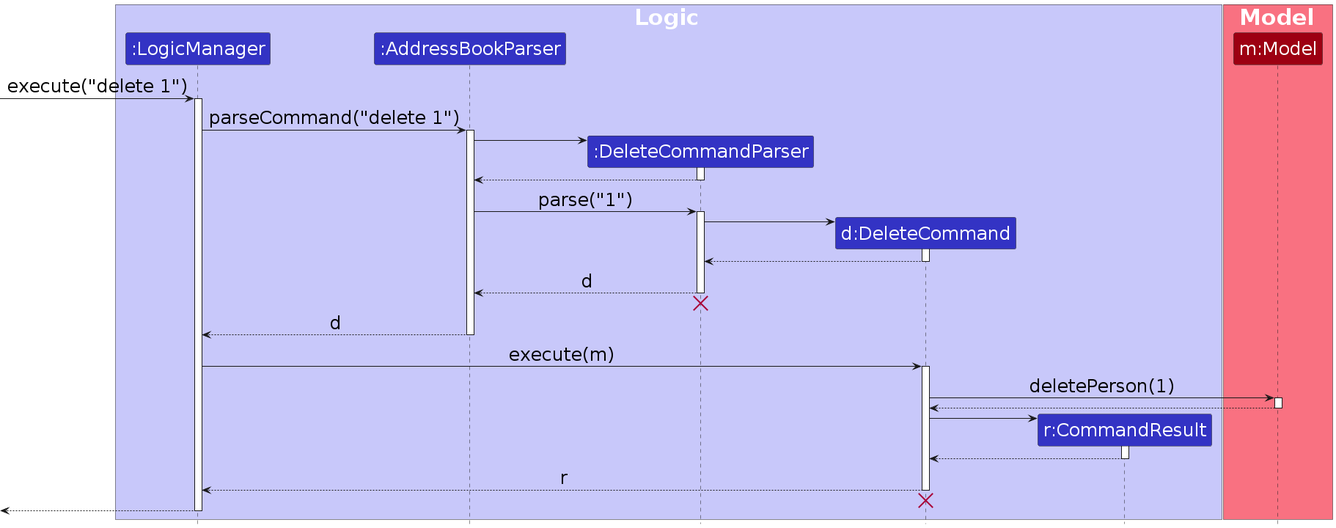
Above: diagrams/DeleteSequenceDiagram.png in Ko-Khan/tp (PlantUML), before the change. Its source is kept beside it as diagrams/DeleteSequenceDiagram.puml.
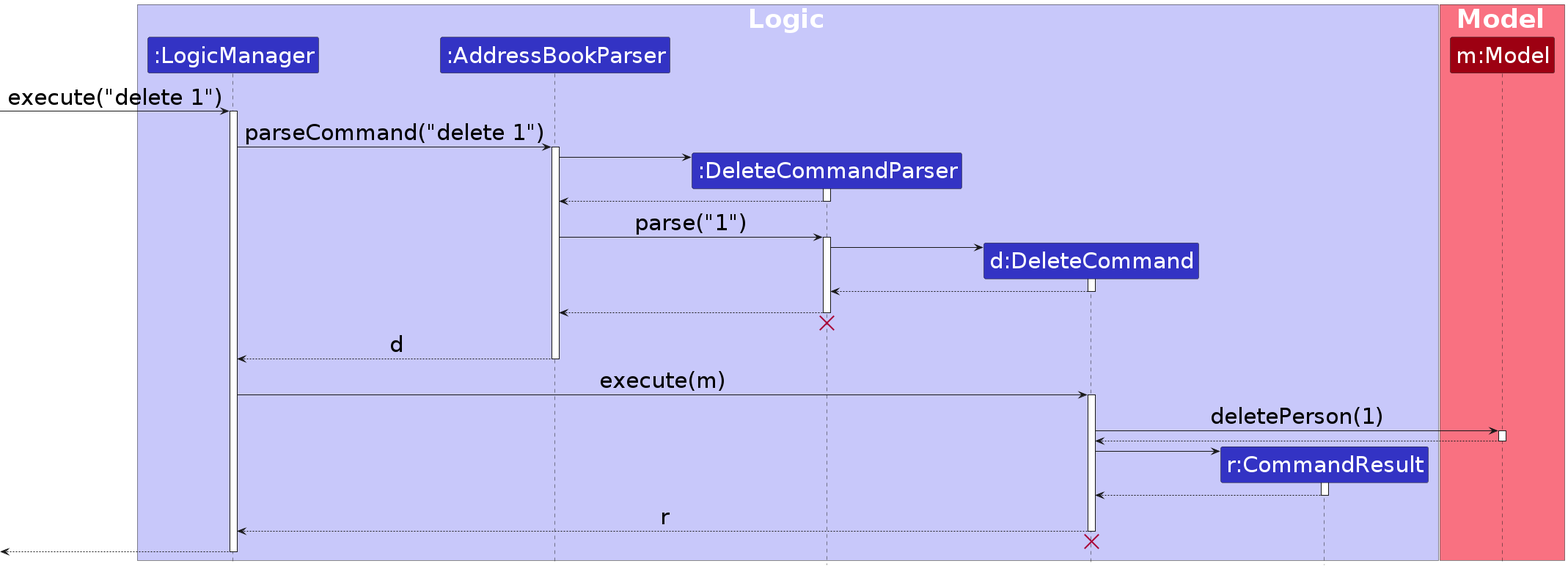
After the commit.

Change to the diagram source:
```diff
@@ -2,7 +2,8 @@
 !include style2.puml
 skinparam ArrowFontStyle plain
 
-box <size:30>Logic</size> LOGIC_COLOR_T1
+
+box <size:35>Logic</size> LOGIC_COLOR_T1
 participant ":LogicManager" as LogicManager LOGIC_COLOR
 participant ":AddressBookParser" as AddressBookParser LOGIC_COLOR
 participant ":DeleteCommandParser" as DeleteCommandParser LOGIC_COLOR
@@ -10,14 +11,14 @@
 participant "r:CommandResult" as CommandResult LOGIC_COLOR
 end box
 
-box <size:30>Model</size> MODEL_COLOR_T1
+box <size:35>Model</size> MODEL_COLOR_T1
 participant "m:Model" as Model MODEL_COLOR
 end box
 
-[-> LogicManager : <size:25>execute("delete 1")</size>
+[-> LogicManager : <size:30>execute("delete 1")</size>
 activate LogicManager
 
-LogicManager -> AddressBookParser : <size:25>parseCommand("delete 1")</size>
+LogicManager -> AddressBookParser : <size:30>parseCommand("delete 1")</size>
 activate AddressBookParser
 
 create DeleteCommandParser
@@ -27,7 +28,7 @@
 DeleteCommandParser --> AddressBookParser
 deactivate DeleteCommandParser
 
-AddressBookParser -> DeleteCommandParser : <size:25>parse("1")</size>
+AddressBookParser -> DeleteCommandParser : <size:30>parse("1")</size>
 activate DeleteCommandParser
 
 create DeleteCommand
@@ -37,18 +38,18 @@
 DeleteCommand --> DeleteCommandParser
 deactivate DeleteCommand
 
-DeleteCommandParser --> AddressBookParser : <size:25>d</size>
+DeleteCommandParser --> AddressBookParser : <size:30></size>
 deactivate DeleteCommandParser
 DeleteCommandParser -[hidden]-> AddressBookParser
 destroy DeleteCommandParser
 
-AddressBookParser --> LogicManager : <size:25>d</size>
+AddressBookParser --> LogicManager : <size:30>d</size>
 deactivate AddressBookParser
 
-LogicManager -> DeleteCommand : <size:25>execute(m)</size>
+LogicManager -> DeleteCommand : <size:30>execute(m)</size>
 activate DeleteCommand
 
-DeleteCommand -> Model : <size:25>deletePerson(1)</size>
+DeleteCommand -> Model : <size:30>deletePerson(1)</size>
 activate Model
 
 Model --> DeleteCommand
@@ -61,7 +62,7 @@
 CommandResult --> DeleteCommand
 deactivate CommandResult
 
-DeleteCommand --> LogicManager : <size:25>r</size>
+DeleteCommand --> LogicManager : <size:30>r</size>
 deactivate DeleteCommand
 DeleteCommand -[hidden]-> DeleteCommandParser
 destroy DeleteCommand
```
